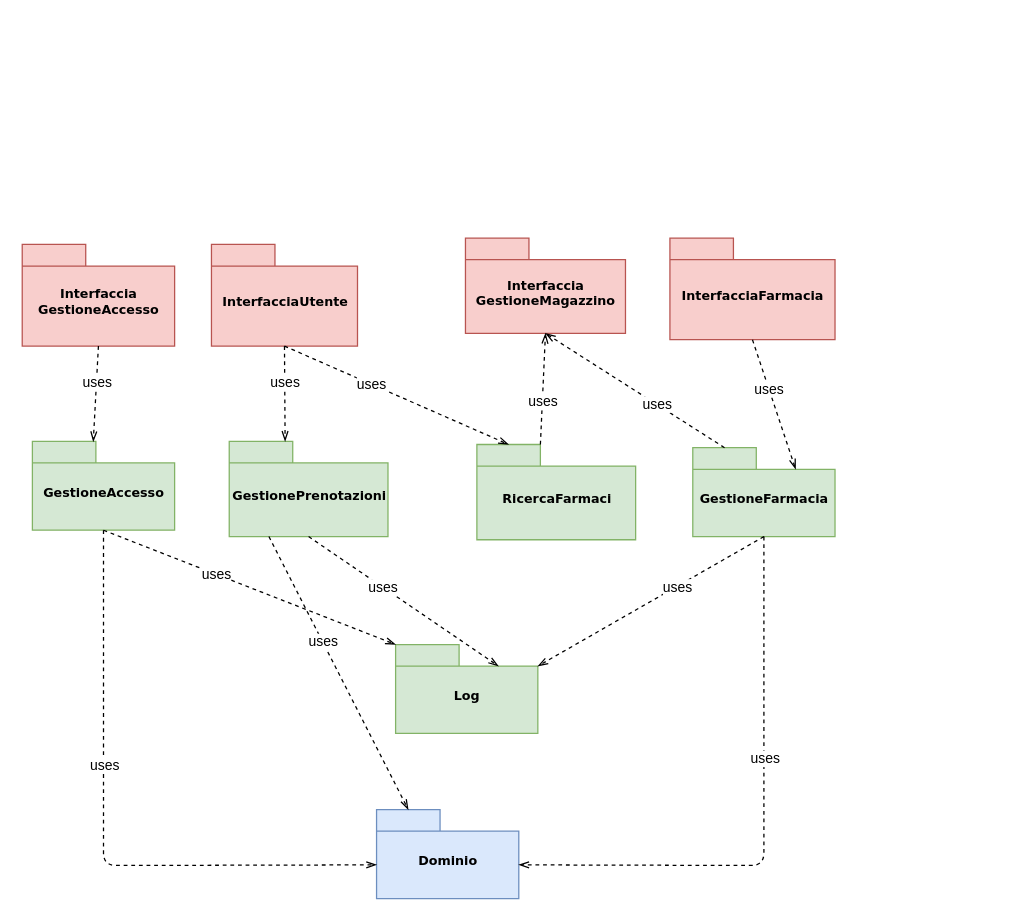
This is drawio/Diagrammi/DiagrammaPackage.drawio from lnwor/farmabyte-doc, a draw.io file, before an edit. Source tidied: cells renumbered, new cells numbered last; positions are measured from the earlier drawing's top-left corner, leaving out a move shared by most shapes. Both pictures are drawn from the tidied source at 127%, with x=0, y=0 at pixel (22, 237).
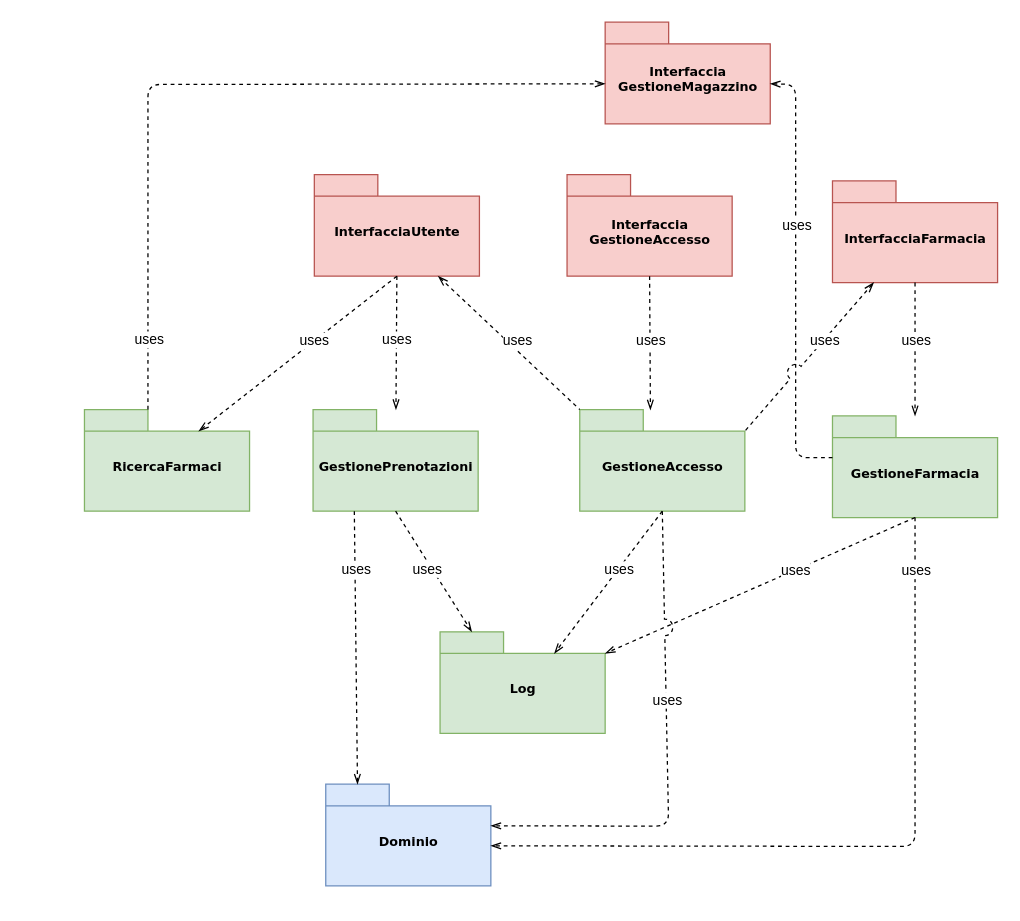
Above is the later version.

Diff of the diagram source:
```diff
@@
-    <mxCell id="0" />
-    <mxCell id="1" parent="0" />
+    <mxCell id="36" />
+    <mxCell id="37" parent="36" />
-    <mxCell id="2" value="Dominio" style="shape=folder;fontStyle=1;spacingTop=10;tabWidth=50;tabHeight=17;tabPosition=left;html=1;rounded=0;shadow=0;comic=0;labelBackgroundColor=none;strokeColor=#6c8ebf;strokeWidth=1;fillColor=#dae8fc;fontFamily=Verdana;fontSize=10;align=center;" parent="1" vertex="1">
-      <mxGeometry x="279" y="450" width="112" height="70" as="geometry" />
+    <mxCell id="2" value="Dominio" style="shape=folder;fontStyle=1;spacingTop=10;tabWidth=50;tabHeight=17;tabPosition=left;html=1;rounded=0;shadow=0;comic=0;labelBackgroundColor=none;strokeColor=#6c8ebf;strokeWidth=1;fillColor=#dae8fc;fontFamily=Verdana;fontSize=10;align=center;" parent="37" vertex="1">
+      <mxGeometry x="239" y="430" width="130" height="80" as="geometry" />
     </mxCell>
-    <mxCell id="3" value="GestionePrenotazioni" style="shape=folder;fontStyle=1;spacingTop=10;tabWidth=50;tabHeight=17;tabPosition=left;html=1;rounded=0;shadow=0;comic=0;labelBackgroundColor=none;strokeColor=#82b366;strokeWidth=1;fillColor=#d5e8d4;fontFamily=Verdana;fontSize=10;align=center;" parent="1" vertex="1">
-      <mxGeometry x="163" y="160" width="125" height="75" as="geometry" />
+    <mxCell id="3" value="GestionePrenotazioni" style="shape=folder;fontStyle=1;spacingTop=10;tabWidth=50;tabHeight=17;tabPosition=left;html=1;rounded=0;shadow=0;comic=0;labelBackgroundColor=none;strokeColor=#82b366;strokeWidth=1;fillColor=#d5e8d4;fontFamily=Verdana;fontSize=10;align=center;" parent="37" vertex="1">
+      <mxGeometry x="229" y="135" width="130" height="80" as="geometry" />
     </mxCell>
-    <mxCell id="4" value="GestioneAccesso" style="shape=folder;fontStyle=1;spacingTop=10;tabWidth=50;tabHeight=17;tabPosition=left;html=1;rounded=0;shadow=0;comic=0;labelBackgroundColor=none;strokeColor=#82b366;strokeWidth=1;fillColor=#d5e8d4;fontFamily=Verdana;fontSize=10;align=center;" parent="1" vertex="1">
-      <mxGeometry x="8" y="160" width="112" height="70" as="geometry" />
+    <mxCell id="4" value="GestioneAccesso" style="shape=folder;fontStyle=1;spacingTop=10;tabWidth=50;tabHeight=17;tabPosition=left;html=1;rounded=0;shadow=0;comic=0;labelBackgroundColor=none;strokeColor=#82b366;strokeWidth=1;fillColor=#d5e8d4;fontFamily=Verdana;fontSize=10;align=center;" parent="37" vertex="1">
+      <mxGeometry x="439" y="135" width="130" height="80" as="geometry" />
     </mxCell>
-    <mxCell id="5" value="InterfacciaFarmacia" style="shape=folder;fontStyle=1;spacingTop=10;tabWidth=50;tabHeight=17;tabPosition=left;html=1;rounded=0;shadow=0;comic=0;labelBackgroundColor=none;strokeColor=#b85450;strokeWidth=1;fillColor=#f8cecc;fontFamily=Verdana;fontSize=10;align=center;" parent="1" vertex="1">
-      <mxGeometry x="510" width="130" height="80" as="geometry" />
+    <mxCell id="5" value="InterfacciaFarmacia" style="shape=folder;fontStyle=1;spacingTop=10;tabWidth=50;tabHeight=17;tabPosition=left;html=1;rounded=0;shadow=0;comic=0;labelBackgroundColor=none;strokeColor=#b85450;strokeWidth=1;fillColor=#f8cecc;fontFamily=Verdana;fontSize=10;align=center;" parent="37" vertex="1">
+      <mxGeometry x="638" y="-45" width="130" height="80" as="geometry" />
     </mxCell>
-    <mxCell id="6" value="InterfacciaUtente" style="shape=folder;fontStyle=1;spacingTop=10;tabWidth=50;tabHeight=17;tabPosition=left;html=1;rounded=0;shadow=0;comic=0;labelBackgroundColor=none;strokeColor=#b85450;strokeWidth=1;fillColor=#f8cecc;fontFamily=Verdana;fontSize=10;align=center;" parent="1" vertex="1">
-      <mxGeometry x="149" y="5" width="115" height="80" as="geometry" />
+    <mxCell id="6" value="InterfacciaUtente" style="shape=folder;fontStyle=1;spacingTop=10;tabWidth=50;tabHeight=17;tabPosition=left;html=1;rounded=0;shadow=0;comic=0;labelBackgroundColor=none;strokeColor=#b85450;strokeWidth=1;fillColor=#f8cecc;fontFamily=Verdana;fontSize=10;align=center;" parent="37" vertex="1">
+      <mxGeometry x="230" y="-50" width="130" height="80" as="geometry" />
     </mxCell>
-    <mxCell id="7" value="Interfaccia&lt;br&gt;GestioneAccesso" style="shape=folder;fontStyle=1;spacingTop=10;tabWidth=50;tabHeight=17;tabPosition=left;html=1;rounded=0;shadow=0;comic=0;labelBackgroundColor=none;strokeColor=#b85450;strokeWidth=1;fillColor=#f8cecc;fontFamily=Verdana;fontSize=10;align=center;" parent="1" vertex="1">
-      <mxGeometry y="5" width="120" height="80" as="geometry" />
+    <mxCell id="7" value="Interfaccia&lt;br&gt;GestioneAccesso" style="shape=folder;fontStyle=1;spacingTop=10;tabWidth=50;tabHeight=17;tabPosition=left;html=1;rounded=0;shadow=0;comic=0;labelBackgroundColor=none;strokeColor=#b85450;strokeWidth=1;fillColor=#f8cecc;fontFamily=Verdana;fontSize=10;align=center;" parent="37" vertex="1">
+      <mxGeometry x="429" y="-50" width="130" height="80" as="geometry" />
     </mxCell>
-    <mxCell id="8" value="Log" style="shape=folder;fontStyle=1;spacingTop=10;tabWidth=50;tabHeight=17;tabPosition=left;html=1;rounded=0;shadow=0;comic=0;labelBackgroundColor=none;strokeWidth=1;fontFamily=Verdana;fontSize=10;align=center;fillColor=#d5e8d4;strokeColor=#82b366;" parent="1" vertex="1">
-      <mxGeometry x="294" y="320" width="112" height="70" as="geometry" />
+    <mxCell id="8" value="Log" style="shape=folder;fontStyle=1;spacingTop=10;tabWidth=50;tabHeight=17;tabPosition=left;html=1;rounded=0;shadow=0;comic=0;labelBackgroundColor=none;strokeWidth=1;fontFamily=Verdana;fontSize=10;align=center;fillColor=#d5e8d4;strokeColor=#82b366;" parent="37" vertex="1">
+      <mxGeometry x="329" y="310" width="130" height="80" as="geometry" />
     </mxCell>
-    <mxCell id="9" value="GestioneFarmacia" style="shape=folder;fontStyle=1;spacingTop=10;tabWidth=50;tabHeight=17;tabPosition=left;html=1;rounded=0;shadow=0;comic=0;labelBackgroundColor=none;strokeWidth=1;fontFamily=Verdana;fontSize=10;align=center;fillColor=#d5e8d4;strokeColor=#82b366;" parent="1" vertex="1">
-      <mxGeometry x="528" y="165" width="112" height="70" as="geometry" />
+    <mxCell id="9" value="GestioneFarmacia" style="shape=folder;fontStyle=1;spacingTop=10;tabWidth=50;tabHeight=17;tabPosition=left;html=1;rounded=0;shadow=0;comic=0;labelBackgroundColor=none;strokeWidth=1;fontFamily=Verdana;fontSize=10;align=center;fillColor=#d5e8d4;strokeColor=#82b366;" parent="37" vertex="1">
+      <mxGeometry x="638" y="140" width="130" height="80" as="geometry" />
     </mxCell>
-    <mxCell id="10" value="Interfaccia&lt;br&gt;GestioneMagazzino" style="shape=folder;fontStyle=1;spacingTop=10;tabWidth=50;tabHeight=17;tabPosition=left;html=1;rounded=0;shadow=0;comic=0;labelBackgroundColor=none;strokeColor=#b85450;strokeWidth=1;fillColor=#f8cecc;fontFamily=Verdana;fontSize=10;align=center;" parent="1" vertex="1">
-      <mxGeometry x="349" width="126" height="75" as="geometry" />
+    <mxCell id="10" value="Interfaccia&lt;br&gt;GestioneMagazzino" style="shape=folder;fontStyle=1;spacingTop=10;tabWidth=50;tabHeight=17;tabPosition=left;html=1;rounded=0;shadow=0;comic=0;labelBackgroundColor=none;strokeColor=#b85450;strokeWidth=1;fillColor=#f8cecc;fontFamily=Verdana;fontSize=10;align=center;" parent="37" vertex="1">
+      <mxGeometry x="459" y="-170" width="130" height="80" as="geometry" />
     </mxCell>
-    <mxCell id="11" value="RicercaFarmaci" style="shape=folder;fontStyle=1;spacingTop=10;tabWidth=50;tabHeight=17;tabPosition=left;html=1;rounded=0;shadow=0;comic=0;labelBackgroundColor=none;strokeColor=#82b366;strokeWidth=1;fillColor=#d5e8d4;fontFamily=Verdana;fontSize=10;align=center;" parent="1" vertex="1">
-      <mxGeometry x="358" y="162.5" width="125" height="75" as="geometry" />
+    <mxCell id="11" value="RicercaFarmaci" style="shape=folder;fontStyle=1;spacingTop=10;tabWidth=50;tabHeight=17;tabPosition=left;html=1;rounded=0;shadow=0;comic=0;labelBackgroundColor=none;strokeColor=#82b366;strokeWidth=1;fillColor=#d5e8d4;fontFamily=Verdana;fontSize=10;align=center;" parent="37" vertex="1">
+      <mxGeometry x="49" y="135" width="130" height="80" as="geometry" />
     </mxCell>
-    <mxCell id="12" style="endArrow=openThin;html=1;exitX=0.5;exitY=1;exitDx=0;exitDy=0;exitPerimeter=0;dashed=1;endFill=0;entryX=0.428;entryY=0.004;entryDx=0;entryDy=0;entryPerimeter=0;" parent="1" edge="1" source="7" target="4">
+    <mxCell id="12" style="endArrow=openThin;html=1;exitX=0.5;exitY=1;exitDx=0;exitDy=0;exitPerimeter=0;dashed=1;endFill=0;entryX=0.428;entryY=0.004;entryDx=0;entryDy=0;entryPerimeter=0;" parent="37" edge="1" source="7" target="4">
       <mxGeometry relative="1" as="geometry" />
     </mxCell>
-    <mxCell id="13" value="uses" style="edgeLabel;html=1;align=center;verticalAlign=middle;" parent="12" vertex="1">
-      <mxGeometry x="-0.23" relative="1" as="geometry" />
-    </mxCell>
-    <mxCell id="14" style="endArrow=openThin;html=1;dashed=1;endFill=0;exitX=0.5;exitY=1;exitDx=0;exitDy=0;exitPerimeter=0;" parent="1" edge="1" source="6">
-      <mxGeometry relative="1" as="geometry">
-        <mxPoint x="207" y="160" as="targetPoint" />
-      </mxGeometry>
-    </mxCell>
-    <mxCell id="15" value="uses" style="edgeLabel;html=1;align=center;verticalAlign=middle;" parent="14" vertex="1">
-      <mxGeometry x="-0.23" relative="1" as="geometry" />
-    </mxCell>
+    <mxCell id="38" value="uses" style="edgeLabel;html=1;align=center;verticalAlign=middle;" parent="12" vertex="1">
+      <mxGeometry x="-0.23" relative="1" as="geometry">
+        <mxPoint y="10" as="offset" />
+      </mxGeometry>
+    </mxCell>
+    <mxCell id="39" style="endArrow=openThin;html=1;dashed=1;endFill=0;exitX=0.5;exitY=1;exitDx=0;exitDy=0;exitPerimeter=0;" parent="37" edge="1" source="6" target="3">
+      <mxGeometry relative="1" as="geometry" />
+    </mxCell>
+    <mxCell id="40" value="uses" style="edgeLabel;html=1;align=center;verticalAlign=middle;" parent="39" vertex="1">
+      <mxGeometry x="-0.23" relative="1" as="geometry">
+        <mxPoint y="10" as="offset" />
+      </mxGeometry>
+    </mxCell>
-    <mxCell id="16" style="endArrow=openThin;html=1;dashed=1;endFill=0;exitX=0;exitY=0;exitDx=25;exitDy=0;exitPerimeter=0;entryX=0.5;entryY=1;entryDx=0;entryDy=0;entryPerimeter=0;" parent="1" edge="1" source="9" target="10">
-      <mxGeometry relative="1" as="geometry" />
+    <mxCell id="16" style="endArrow=openThin;html=1;dashed=1;endFill=0;exitX=0;exitY=0;exitDx=0;exitDy=32.75;exitPerimeter=0;entryX=0;entryY=0;entryDx=130;entryDy=48.5;entryPerimeter=0;" parent="37" edge="1" source="9" target="10">
+      <mxGeometry relative="1" as="geometry">
+        <Array as="points">
+          <mxPoint x="609" y="173" />
+          <mxPoint x="609" y="-121" />
+        </Array>
+      </mxGeometry>
     </mxCell>
-    <mxCell id="17" value="uses" style="edgeLabel;html=1;align=center;verticalAlign=middle;" parent="16" vertex="1">
-      <mxGeometry x="-0.23" relative="1" as="geometry" />
-    </mxCell>
+    <mxCell id="41" value="uses" style="edgeLabel;html=1;align=center;verticalAlign=middle;" parent="16" vertex="1">
+      <mxGeometry x="-0.23" relative="1" as="geometry">
+        <mxPoint y="-81" as="offset" />
+      </mxGeometry>
+    </mxCell>
-    <mxCell id="18" style="endArrow=openThin;html=1;dashed=1;endFill=0;exitX=0;exitY=0;exitDx=50;exitDy=0;exitPerimeter=0;entryX=0.5;entryY=1;entryDx=0;entryDy=0;entryPerimeter=0;" parent="1" edge="1" source="11" target="10">
-      <mxGeometry relative="1" as="geometry" />
+    <mxCell id="18" style="endArrow=openThin;html=1;dashed=1;endFill=0;exitX=0;exitY=0;exitDx=50;exitDy=0;exitPerimeter=0;entryX=0;entryY=0;entryDx=0;entryDy=48.5;entryPerimeter=0;" parent="37" edge="1" source="11" target="10">
+      <mxGeometry relative="1" as="geometry">
+        <Array as="points">
+          <mxPoint x="99" y="-121" />
+        </Array>
+      </mxGeometry>
     </mxCell>
-    <mxCell id="19" value="uses" style="edgeLabel;html=1;align=center;verticalAlign=middle;" parent="18" vertex="1">
-      <mxGeometry x="-0.23" relative="1" as="geometry" />
-    </mxCell>
+    <mxCell id="42" value="uses" style="edgeLabel;html=1;align=center;verticalAlign=middle;" parent="18" vertex="1">
+      <mxGeometry x="-0.23" relative="1" as="geometry">
+        <mxPoint y="181" as="offset" />
+      </mxGeometry>
+    </mxCell>
-    <mxCell id="20" style="endArrow=openThin;html=1;dashed=1;endFill=0;exitX=0.5;exitY=1;exitDx=0;exitDy=0;exitPerimeter=0;entryX=0;entryY=0;entryDx=25;entryDy=0;entryPerimeter=0;" parent="1" edge="1" source="6" target="11">
+    <mxCell id="20" style="endArrow=openThin;html=1;dashed=1;endFill=0;exitX=0.5;exitY=1;exitDx=0;exitDy=0;exitPerimeter=0;entryX=0;entryY=0;entryDx=90;entryDy=17;entryPerimeter=0;" parent="37" edge="1" source="6" target="11">
       <mxGeometry relative="1" as="geometry" />
     </mxCell>
-    <mxCell id="21" value="uses" style="edgeLabel;html=1;align=center;verticalAlign=middle;" parent="20" vertex="1">
-      <mxGeometry x="-0.23" relative="1" as="geometry" />
-    </mxCell>
+    <mxCell id="43" value="uses" style="edgeLabel;html=1;align=center;verticalAlign=middle;" parent="20" vertex="1">
+      <mxGeometry x="0.51" y="1" relative="1" as="geometry">
+        <mxPoint x="52" y="-43" as="offset" />
+      </mxGeometry>
+    </mxCell>
-    <mxCell id="22" style="endArrow=openThin;html=1;dashed=1;endFill=0;exitX=0.5;exitY=1;exitDx=0;exitDy=0;exitPerimeter=0;entryX=0;entryY=0;entryDx=81;entryDy=17;entryPerimeter=0;" parent="1" edge="1" source="5" target="9">
+    <mxCell id="22" style="endArrow=openThin;html=1;dashed=1;endFill=0;exitX=0.5;exitY=1;exitDx=0;exitDy=0;exitPerimeter=0;" parent="37" edge="1" source="5" target="9">
       <mxGeometry relative="1" as="geometry" />
     </mxCell>
-    <mxCell id="23" value="uses" style="edgeLabel;html=1;align=center;verticalAlign=middle;" parent="22" vertex="1">
-      <mxGeometry x="-0.23" relative="1" as="geometry" />
-    </mxCell>
+    <mxCell id="44" value="uses" style="edgeLabel;html=1;align=center;verticalAlign=middle;" parent="22" vertex="1">
+      <mxGeometry x="-0.23" relative="1" as="geometry">
+        <mxPoint y="5" as="offset" />
+      </mxGeometry>
+    </mxCell>
-    <mxCell id="24" style="endArrow=openThin;html=1;dashed=1;endFill=0;entryX=0;entryY=0;entryDx=81;entryDy=17;entryPerimeter=0;exitX=0.5;exitY=1;exitDx=0;exitDy=0;exitPerimeter=0;" parent="1" edge="1" source="3" target="8">
+    <mxCell id="24" style="endArrow=openThin;html=1;dashed=1;endFill=0;entryX=0;entryY=0;entryDx=25;entryDy=0;entryPerimeter=0;exitX=0.5;exitY=1;exitDx=0;exitDy=0;exitPerimeter=0;" parent="37" edge="1" source="3" target="8">
       <mxGeometry relative="1" as="geometry" />
     </mxCell>
-    <mxCell id="25" value="uses" style="edgeLabel;html=1;align=center;verticalAlign=middle;" parent="24" vertex="1">
-      <mxGeometry x="-0.23" relative="1" as="geometry" />
-    </mxCell>
+    <mxCell id="45" value="uses" style="edgeLabel;html=1;align=center;verticalAlign=middle;" parent="24" vertex="1">
+      <mxGeometry x="-0.23" relative="1" as="geometry">
+        <mxPoint x="2" y="9" as="offset" />
+      </mxGeometry>
+    </mxCell>
-    <mxCell id="26" style="endArrow=openThin;html=1;dashed=1;endFill=0;exitX=0.5;exitY=1;exitDx=0;exitDy=0;exitPerimeter=0;entryX=0;entryY=0;entryDx=0;entryDy=0;entryPerimeter=0;" parent="1" edge="1" source="4" target="8">
+    <mxCell id="26" style="endArrow=openThin;html=1;dashed=1;endFill=0;exitX=0.5;exitY=1;exitDx=0;exitDy=0;exitPerimeter=0;entryX=0;entryY=0;entryDx=90;entryDy=17;entryPerimeter=0;" parent="37" edge="1" source="4" target="8">
       <mxGeometry relative="1" as="geometry" />
     </mxCell>
-    <mxCell id="27" value="uses" style="edgeLabel;html=1;align=center;verticalAlign=middle;" parent="26" vertex="1">
-      <mxGeometry x="-0.23" relative="1" as="geometry" />
-    </mxCell>
+    <mxCell id="46" value="uses" style="edgeLabel;html=1;align=center;verticalAlign=middle;" parent="26" vertex="1">
+      <mxGeometry x="-0.23" relative="1" as="geometry">
+        <mxPoint x="-2" y="2" as="offset" />
+      </mxGeometry>
+    </mxCell>
-    <mxCell id="28" style="endArrow=openThin;html=1;dashed=1;endFill=0;exitX=0.5;exitY=1;exitDx=0;exitDy=0;exitPerimeter=0;entryX=0;entryY=0;entryDx=112;entryDy=17;entryPerimeter=0;" parent="1" edge="1" source="9" target="8">
+    <mxCell id="28" style="endArrow=openThin;html=1;dashed=1;endFill=0;exitX=0.5;exitY=1;exitDx=0;exitDy=0;exitPerimeter=0;entryX=0;entryY=0;entryDx=130;entryDy=17;entryPerimeter=0;" parent="37" edge="1" source="9" target="8">
       <mxGeometry relative="1" as="geometry" />
     </mxCell>
-    <mxCell id="29" value="uses" style="edgeLabel;html=1;align=center;verticalAlign=middle;" parent="28" vertex="1">
-      <mxGeometry x="-0.23" relative="1" as="geometry" />
-    </mxCell>
+    <mxCell id="47" value="uses" style="edgeLabel;html=1;align=center;verticalAlign=middle;" parent="28" vertex="1">
+      <mxGeometry x="-0.23" relative="1" as="geometry" />
+    </mxCell>
-    <mxCell id="30" style="endArrow=openThin;html=1;dashed=1;endFill=0;exitX=0.5;exitY=1;exitDx=0;exitDy=0;exitPerimeter=0;entryX=0;entryY=0;entryDx=112.00000000000001;entryDy=43.5;entryPerimeter=0;" parent="1" edge="1" source="9" target="2">
+    <mxCell id="30" style="endArrow=openThin;html=1;dashed=1;endFill=0;exitX=0.5;exitY=1;exitDx=0;exitDy=0;exitPerimeter=0;entryX=0;entryY=0;entryDx=130;entryDy=48.5;entryPerimeter=0;" parent="37" edge="1" source="9" target="2">
       <mxGeometry relative="1" as="geometry">
         <Array as="points">
-          <mxPoint x="584" y="494" />
+          <mxPoint x="703" y="479" />
         </Array>
       </mxGeometry>
     </mxCell>
-    <mxCell id="31" value="uses" style="edgeLabel;html=1;align=center;verticalAlign=middle;" parent="30" vertex="1">
-      <mxGeometry x="-0.23" relative="1" as="geometry" />
-    </mxCell>
+    <mxCell id="48" value="uses" style="edgeLabel;html=1;align=center;verticalAlign=middle;" parent="30" vertex="1">
+      <mxGeometry x="-0.23" relative="1" as="geometry">
+        <mxPoint y="-187" as="offset" />
+      </mxGeometry>
+    </mxCell>
-    <mxCell id="32" style="endArrow=openThin;html=1;dashed=1;endFill=0;exitX=0.25;exitY=1;exitDx=0;exitDy=0;exitPerimeter=0;entryX=0;entryY=0;entryDx=25;entryDy=0;entryPerimeter=0;" parent="1" edge="1" source="3" target="2">
+    <mxCell id="32" style="endArrow=openThin;html=1;dashed=1;endFill=0;exitX=0.25;exitY=1;exitDx=0;exitDy=0;exitPerimeter=0;entryX=0;entryY=0;entryDx=25;entryDy=0;entryPerimeter=0;" parent="37" edge="1" source="3" target="2">
       <mxGeometry relative="1" as="geometry" />
     </mxCell>
-    <mxCell id="33" value="uses" style="edgeLabel;html=1;align=center;verticalAlign=middle;" parent="32" vertex="1">
-      <mxGeometry x="-0.23" relative="1" as="geometry" />
-    </mxCell>
+    <mxCell id="49" value="uses" style="edgeLabel;html=1;align=center;verticalAlign=middle;" parent="32" vertex="1">
+      <mxGeometry x="-0.23" relative="1" as="geometry">
+        <mxPoint y="-37" as="offset" />
+      </mxGeometry>
+    </mxCell>
-    <mxCell id="34" style="endArrow=openThin;html=1;dashed=1;endFill=0;exitX=0.5;exitY=1;exitDx=0;exitDy=0;exitPerimeter=0;entryX=0;entryY=0;entryDx=0;entryDy=43.5;entryPerimeter=0;" parent="1" edge="1" source="4" target="2">
+    <mxCell id="34" style="endArrow=openThin;html=1;dashed=1;endFill=0;exitX=0.5;exitY=1;exitDx=0;exitDy=0;exitPerimeter=0;entryX=0;entryY=0;entryDx=130;entryDy=32.75;entryPerimeter=0;jumpStyle=arc;jumpSize=13;" parent="37" edge="1" source="4" target="2">
       <mxGeometry relative="1" as="geometry">
         <Array as="points">
-          <mxPoint x="64" y="494" />
+          <mxPoint x="509" y="463" />
         </Array>
       </mxGeometry>
     </mxCell>
-    <mxCell id="35" value="uses" style="edgeLabel;html=1;align=center;verticalAlign=middle;" parent="34" vertex="1">
-      <mxGeometry x="-0.23" relative="1" as="geometry" />
-    </mxCell>
+    <mxCell id="50" value="uses" style="edgeLabel;html=1;align=center;verticalAlign=middle;" parent="34" vertex="1">
+      <mxGeometry x="-0.23" relative="1" as="geometry" />
+    </mxCell>
+    <mxCell id="51" style="endArrow=none;html=1;exitX=0.25;exitY=1;exitDx=0;exitDy=0;exitPerimeter=0;dashed=1;endFill=0;entryX=0;entryY=0;entryDx=130;entryDy=17;entryPerimeter=0;jumpStyle=arc;jumpSize=13;startArrow=openThin;startFill=0;" parent="37" edge="1" source="5" target="4">
+      <mxGeometry relative="1" as="geometry" />
+    </mxCell>
+    <mxCell id="52" value="uses" style="edgeLabel;html=1;align=center;verticalAlign=middle;" parent="51" vertex="1">
+      <mxGeometry x="-0.23" relative="1" as="geometry" />
+    </mxCell>
+    <mxCell id="53" style="endArrow=none;html=1;exitX=0.75;exitY=1;exitDx=0;exitDy=0;exitPerimeter=0;dashed=1;endFill=0;entryX=0;entryY=0;entryDx=0;entryDy=0;entryPerimeter=0;startArrow=openThin;startFill=0;" parent="37" edge="1" source="6" target="4">
+      <mxGeometry relative="1" as="geometry" />
+    </mxCell>
+    <mxCell id="54" value="uses" style="edgeLabel;html=1;align=center;verticalAlign=middle;" parent="53" vertex="1">
+      <mxGeometry x="-0.23" relative="1" as="geometry">
+        <mxPoint x="19" y="10" as="offset" />
+      </mxGeometry>
+    </mxCell>
```
